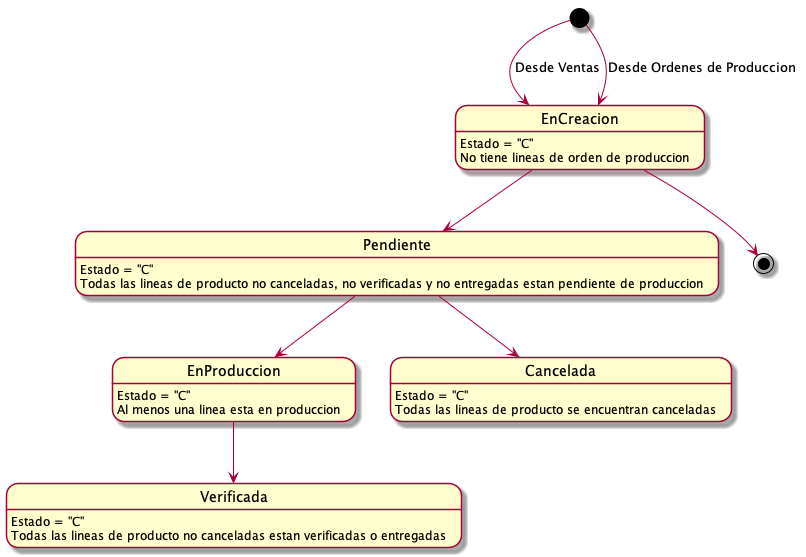
Before: Informe Final/Imagenes/DiagramasEstado/DiagramaDeEstado/ordenesProduccion.png, a diagram exported from PlantUML (ZMGestion/DocumentacionZMGestion).
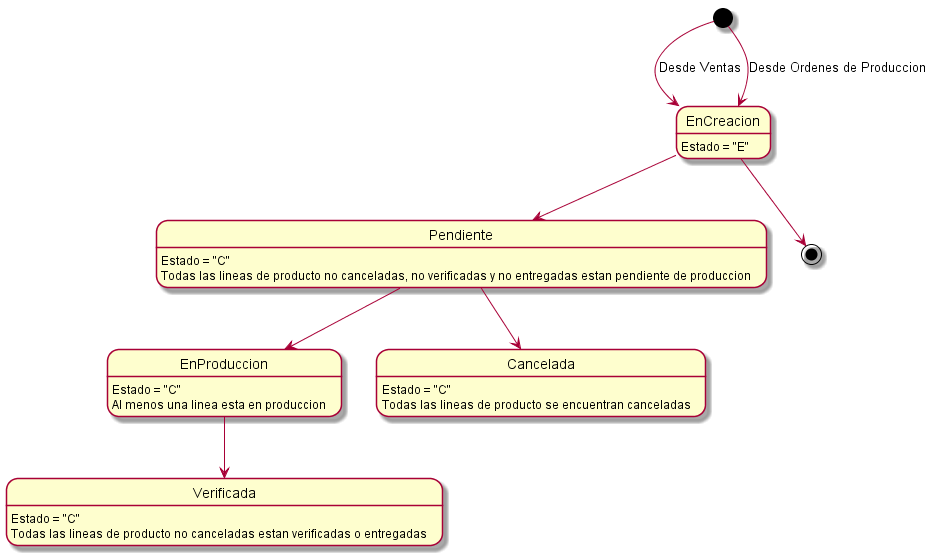
The same file after the commit.

The edit, as a diff of the source:
```diff
@@ -1,7 +1,5 @@
 @startuml ordenesProduccion
-
-EnCreacion: Estado = "C"
-EnCreacion: No tiene lineas de orden de produccion
+EnCreacion: Estado = "E"
 Pendiente: Estado = "C"
 Pendiente: Todas las lineas de producto no canceladas, no verificadas y no entregadas estan pendiente de produccion
 EnProduccion: Estado = "C"
```
